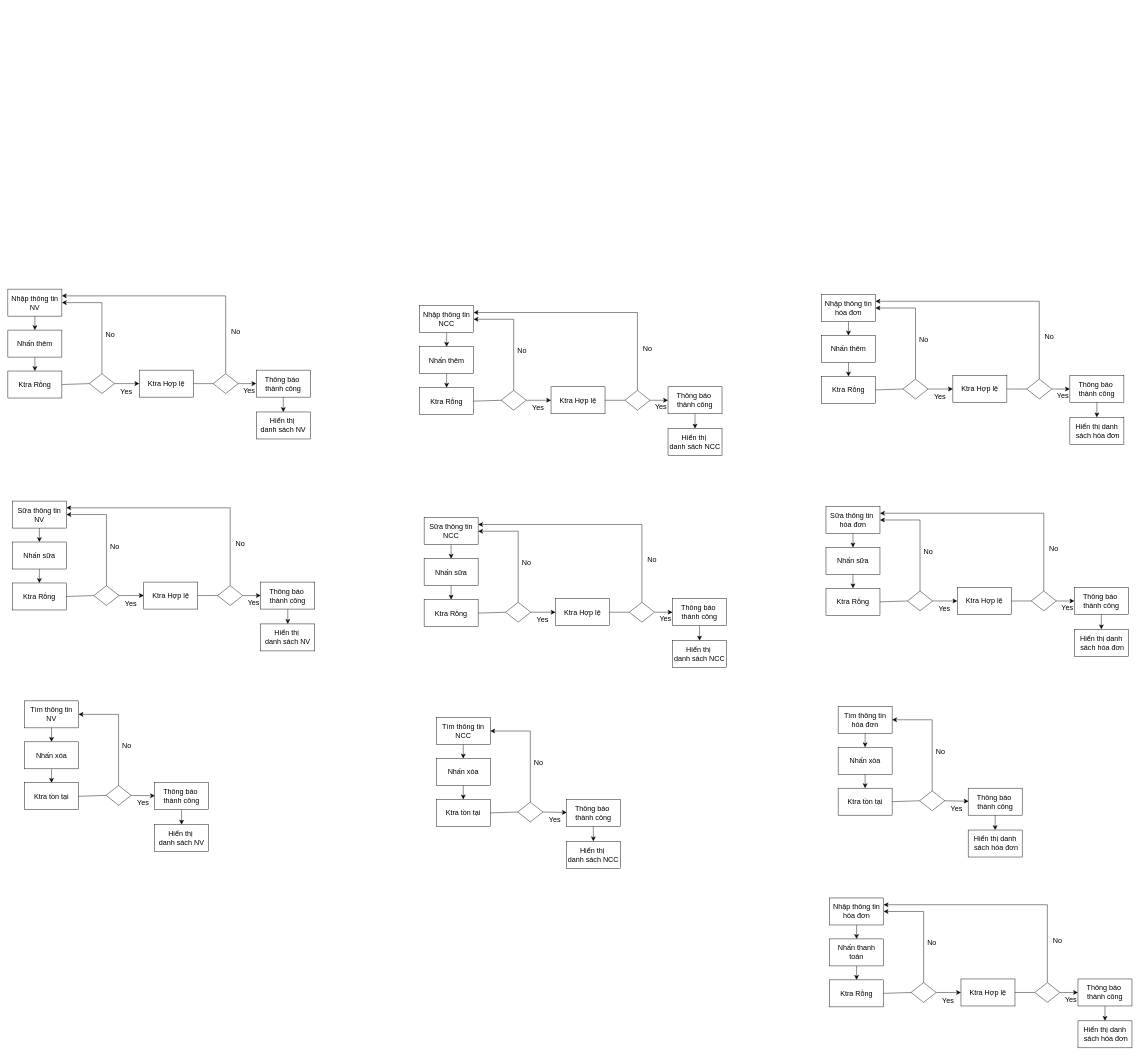
nguyenngocnghia112k/DOANCN keeps this draw.io diagram as page "Chuong2" (6 of 6) of C6SODO.drawio. Above is the earlier version. Source tidied: cells renumbered, new cells numbered last; positions are measured from the earlier drawing's top-left corner, leaving out a move shared by most shapes. Both pictures are drawn from the tidied source at 45%, with x=0, y=0 at pixel (8, 289).
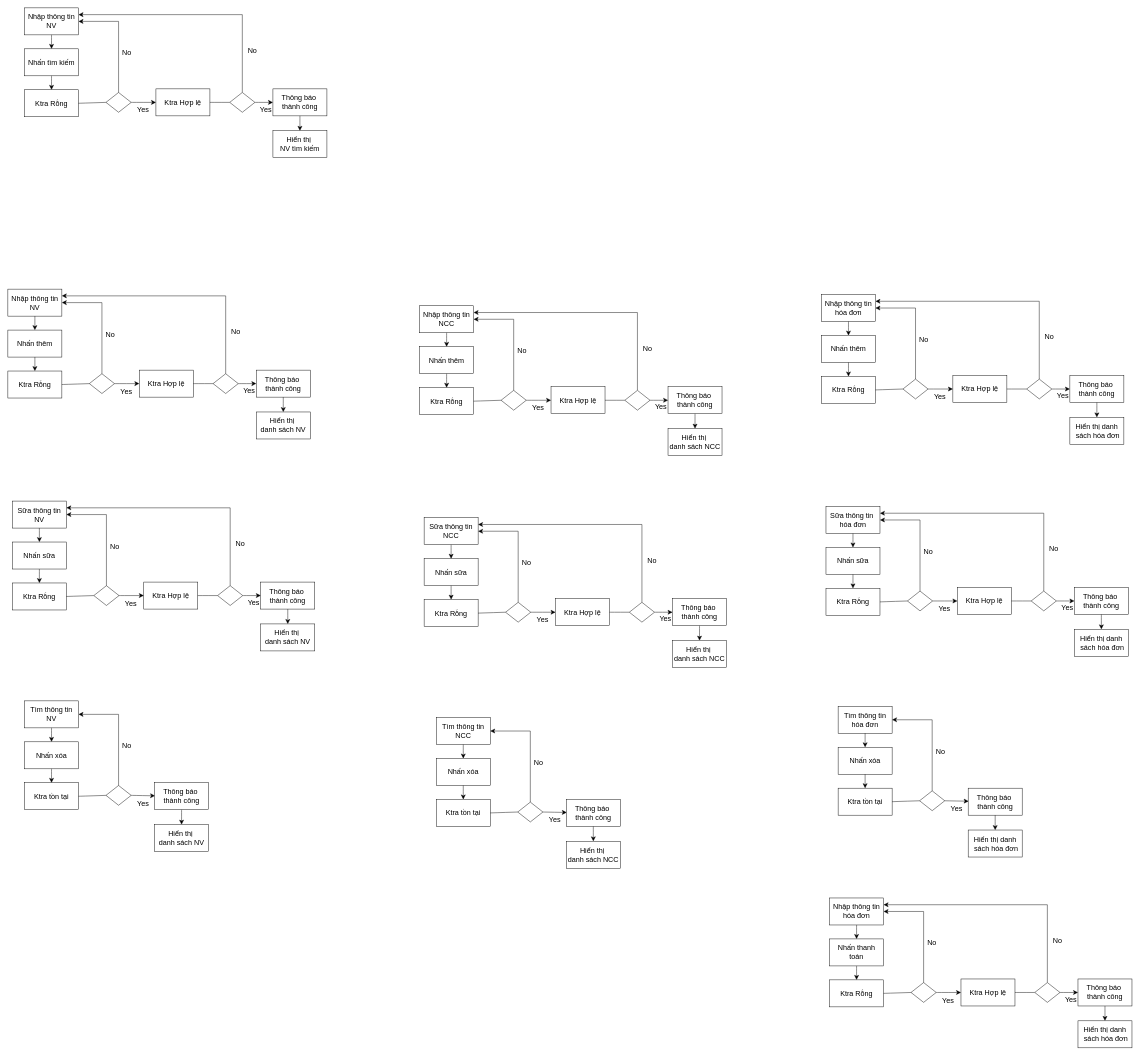
The same page after the edit.

Commit message:
Cập nhật C6SODO.drawio

The edit, as a diff of the source:
```diff
@@
+    <mxCell id="191" value="Nhập thông tin NV" style="rounded=0;whiteSpace=wrap;html=1;fontSize=16;" parent="1" vertex="1">
+      <mxGeometry x="37" y="-625" width="120" height="60" as="geometry" />
+    </mxCell>
+    <mxCell id="192" value="Nhấn tìm kiếm" style="rounded=0;whiteSpace=wrap;html=1;fontSize=16;" parent="1" vertex="1">
+      <mxGeometry x="37" y="-534" width="120" height="60" as="geometry" />
+    </mxCell>
+    <mxCell id="193" value="Ktra Rỗng" style="rounded=0;whiteSpace=wrap;html=1;fontSize=16;" parent="1" vertex="1">
+      <mxGeometry x="37" y="-443" width="120" height="60" as="geometry" />
+    </mxCell>
+    <mxCell id="194" style="rhombus;whiteSpace=wrap;html=1;fontSize=16;" parent="1" vertex="1">
+      <mxGeometry x="218" y="-437" width="56" height="44" as="geometry" />
+    </mxCell>
+    <mxCell id="195" style="endArrow=classic;html=1;rounded=0;fontSize=12;startSize=8;endSize=8;curved=1;entryX=0.5;entryY=0;entryDx=0;entryDy=0;exitX=0.5;exitY=1;exitDx=0;exitDy=0;" parent="1" edge="1" source="191" target="192">
+      <mxGeometry relative="1" as="geometry" />
+    </mxCell>
+    <mxCell id="196" style="endArrow=classic;html=1;rounded=0;fontSize=12;startSize=8;endSize=8;curved=1;entryX=0.5;entryY=0;entryDx=0;entryDy=0;exitX=0.5;exitY=1;exitDx=0;exitDy=0;" parent="1" edge="1" source="192" target="193">
+      <mxGeometry relative="1" as="geometry" />
+    </mxCell>
+    <mxCell id="197" style="endArrow=none;html=1;rounded=0;fontSize=12;startSize=8;endSize=8;curved=1;entryX=0;entryY=0.5;entryDx=0;entryDy=0;exitX=1;exitY=0.5;exitDx=0;exitDy=0;" parent="1" edge="1" source="193" target="194">
+      <mxGeometry relative="1" as="geometry" />
+    </mxCell>
+    <mxCell id="198" style="endArrow=classic;html=1;rounded=0;fontSize=12;startSize=8;endSize=8;edgeStyle=orthogonalEdgeStyle;entryX=1;entryY=0.5;entryDx=0;entryDy=0;exitX=0.5;exitY=0;exitDx=0;exitDy=0;" parent="1" edge="1" source="194" target="191">
+      <mxGeometry relative="1" as="geometry" />
+    </mxCell>
+    <mxCell id="199" value="Ktra Hợp lệ" style="rounded=0;whiteSpace=wrap;html=1;fontSize=16;" parent="1" vertex="1">
+      <mxGeometry x="329" y="-445" width="120" height="60" as="geometry" />
+    </mxCell>
+    <mxCell id="200" style="endArrow=classic;html=1;rounded=0;fontSize=12;startSize=8;endSize=8;curved=1;entryX=0;entryY=0.5;entryDx=0;entryDy=0;exitX=1;exitY=0.5;exitDx=0;exitDy=0;" parent="1" edge="1" source="194" target="199">
+      <mxGeometry relative="1" as="geometry" />
+    </mxCell>
+    <mxCell id="201" value="Yes" style="text;html=1;align=center;verticalAlign=middle;strokeColor=none;fillColor=none;fontSize=16;" parent="1" vertex="1">
+      <mxGeometry x="278" y="-414" width="44" height="31" as="geometry" />
+    </mxCell>
+    <mxCell id="202" style="endArrow=none;html=1;rounded=0;fontSize=12;startSize=8;endSize=8;curved=1;entryX=0;entryY=0.5;entryDx=0;entryDy=0;exitX=1;exitY=0.5;exitDx=0;exitDy=0;" parent="1" edge="1" source="199" target="206">
+      <mxGeometry relative="1" as="geometry" />
+    </mxCell>
+    <mxCell id="203" style="endArrow=classic;html=1;rounded=0;fontSize=12;startSize=8;endSize=8;edgeStyle=orthogonalEdgeStyle;entryX=1;entryY=0.25;entryDx=0;entryDy=0;exitX=0.5;exitY=0;exitDx=0;exitDy=0;" parent="1" edge="1" source="206" target="191">
+      <mxGeometry relative="1" as="geometry" />
+    </mxCell>
+    <mxCell id="204" style="endArrow=classic;html=1;rounded=0;fontSize=12;startSize=8;endSize=8;curved=1;entryX=0;entryY=0.5;entryDx=0;entryDy=0;exitX=1;exitY=0.5;exitDx=0;exitDy=0;" parent="1" edge="1" source="206" target="208">
+      <mxGeometry relative="1" as="geometry" />
+    </mxCell>
+    <mxCell id="205" value="No" style="text;html=1;align=center;verticalAlign=middle;strokeColor=none;fillColor=none;fontSize=16;" parent="1" vertex="1">
+      <mxGeometry x="245" y="-541" width="38" height="31" as="geometry" />
+    </mxCell>
+    <mxCell id="206" style="rhombus;whiteSpace=wrap;html=1;fontSize=16;" parent="1" vertex="1">
+      <mxGeometry x="493" y="-437" width="56" height="44" as="geometry" />
+    </mxCell>
+    <mxCell id="207" value="No" style="text;html=1;align=center;verticalAlign=middle;strokeColor=none;fillColor=none;fontSize=16;" parent="1" vertex="1">
+      <mxGeometry x="524" y="-546.5" width="38" height="31" as="geometry" />
+    </mxCell>
+    <mxCell id="208" value="Thông báo&amp;nbsp;&lt;br&gt;thành công" style="rounded=0;whiteSpace=wrap;html=1;fontSize=16;" parent="1" vertex="1">
+      <mxGeometry x="589" y="-445" width="120" height="60" as="geometry" />
+    </mxCell>
+    <mxCell id="209" value="Yes" style="text;html=1;align=center;verticalAlign=middle;strokeColor=none;fillColor=none;fontSize=16;" parent="1" vertex="1">
+      <mxGeometry x="551" y="-416" width="44" height="31" as="geometry" />
+    </mxCell>
+    <mxCell id="210" value="Hiển thị&amp;nbsp;&lt;br&gt;NV tìm kiếm" style="rounded=0;whiteSpace=wrap;html=1;fontSize=16;" parent="1" vertex="1">
+      <mxGeometry x="589" y="-352" width="120" height="60" as="geometry" />
+    </mxCell>
+    <mxCell id="211" style="endArrow=classic;html=1;rounded=0;fontSize=12;startSize=8;endSize=8;curved=1;entryX=0.5;entryY=0;entryDx=0;entryDy=0;exitX=0.5;exitY=1;exitDx=0;exitDy=0;" parent="1" edge="1" source="208" target="210">
+      <mxGeometry relative="1" as="geometry" />
+    </mxCell>
```
